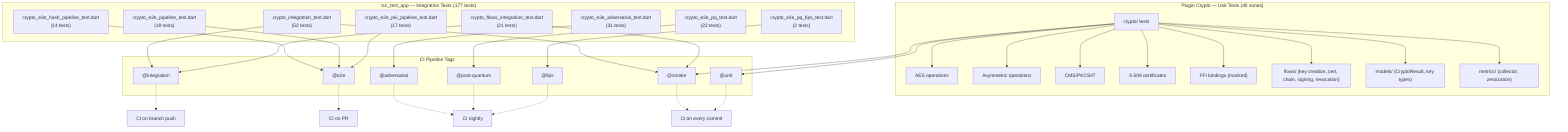
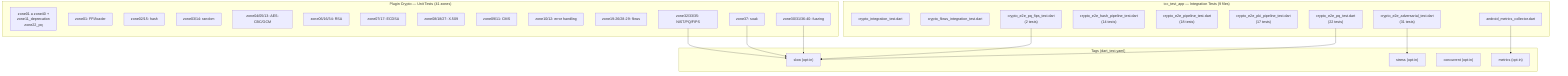
graph TD
-     subgraph "Plugin Crypto — Unit Tests (40 zones)"
-         UT_CRYPTO["crypto/ tests"]
-         UT_AES["AES operations"]
-         UT_ASYM["Asymmetric operations"]
-         UT_CMS["CMS/PKCS#7"]
-         UT_X509["X.509 certificates"]
-         UT_FFI["FFI bindings (mocked)"]
-         UT_FLOWS["flows/ (key creation, cert, chain, signing, revocation)"]
-         UT_MODELS["models/ (CryptoResult, key types)"]
-         UT_METRICS["metrics/ (collector, zeroization)"]
+     subgraph "Plugin Crypto — Unit Tests (41 zones)"
+         UT_ZONES["zone01 a zone40 +\nzone11_deprecation\nzone22_pq"]
+         UT_FFI["zone01: FFI/loader"]
+         UT_HASH["zone02/15: hash"]
+         UT_RANDOM["zone03/14: random"]
+         UT_AES["zone04/05/13: AES-CBC/GCM"]
+         UT_RSA["zone06/16/34: RSA"]
+         UT_ECDSA["zone07/17: ECDSA"]
+         UT_X509["zone08/18/27: X.509"]
+         UT_CMS["zone09/11: CMS"]
+         UT_ERROR["zone10/12: error handling"]
+         UT_FLOWS["zone19-26/28-29: flows"]
+         UT_FUZZING["zone30/31/36-40: fuzzing"]
+         UT_NIST_PQ["zone32/33/35: NIST/PQ/FIPS"]
+         UT_SOAK["zone37: soak"]
    end

-     subgraph "tcc_test_app — Integration Tests (177 tests)"
-         IT_MAIN["crypto_integration_test.dart\n(52 tests)"]
-         IT_FLOWS["crypto_flows_integration_test.dart\n(21 tests)"]
+     subgraph "tcc_test_app — Integration Tests (9 files)"
+         IT_MAIN["crypto_integration_test.dart"]
+         IT_FLOWS["crypto_flows_integration_test.dart"]
        IT_ADV["crypto_e2e_adversarial_test.dart\n(31 tests)"]
        IT_HASH["crypto_e2e_hash_pipeline_test.dart\n(14 tests)"]
        IT_PIPE["crypto_e2e_pipeline_test.dart\n(18 tests)"]
        IT_PKI["crypto_e2e_pki_pipeline_test.dart\n(17 tests)"]
        IT_PQ["crypto_e2e_pq_test.dart\n(22 tests)"]
        IT_PQ_FIPS["crypto_e2e_pq_fips_test.dart\n(2 tests)"]
+         IT_METRICS["android_metrics_collector.dart"]
    end

-     subgraph "CI Pipeline Tags"
-         TAG_SMOKE["@smoke"]
-         TAG_UNIT["@unit"]
-         TAG_INTEGRATION["@integration"]
-         TAG_E2E["@e2e"]
-         TAG_ADVERSARIAL["@adversarial"]
-         TAG_PQ["@post-quantum"]
-         TAG_FIPS["@fips"]
+     subgraph "Tags (dart_test.yaml)"
+         TAG_SLOW["slow (opt-in)"]
+         TAG_STRESS["stress (opt-in)"]
+         TAG_CONCURRENT["concurrent (opt-in)"]
+         TAG_METRICS["metrics (opt-in)"]
    end

-     UT_CRYPTO --> UT_AES
-     UT_CRYPTO --> UT_ASYM
-     UT_CRYPTO --> UT_CMS
-     UT_CRYPTO --> UT_X509
-     UT_CRYPTO --> UT_FFI
-     UT_CRYPTO --> UT_FLOWS
-     UT_CRYPTO --> UT_MODELS
-     UT_CRYPTO --> UT_METRICS
- 
-     IT_MAIN --> TAG_INTEGRATION
-     IT_FLOWS --> TAG_INTEGRATION
-     IT_ADV --> TAG_ADVERSARIAL
-     IT_HASH --> TAG_E2E
-     IT_PIPE --> TAG_E2E
-     IT_PKI --> TAG_E2E
-     IT_PQ --> TAG_PQ
-     IT_PQ_FIPS --> TAG_FIPS
- 
-     UT_CRYPTO --> TAG_UNIT
-     UT_CRYPTO --> TAG_SMOKE
-     IT_MAIN --> TAG_SMOKE
-     IT_FLOWS --> TAG_SMOKE
- 
-     TAG_SMOKE -.-> CI["CI on every commit"]
-     TAG_UNIT -.-> CI
-     TAG_INTEGRATION -.-> CI_PUSH["CI on branch push"]
-     TAG_E2E -.-> CI_PR["CI on PR"]
-     TAG_ADVERSARIAL -.-> CI_SCHEDULE["CI nightly"]
-     TAG_PQ -.-> CI_SCHEDULE
-     TAG_FIPS -.-> CI_SCHEDULE+     IT_ADV --> TAG_STRESS
+     IT_PQ --> TAG_SLOW
+     IT_PQ_FIPS --> TAG_SLOW
+     IT_METRICS --> TAG_METRICS
+     UT_FUZZING --> TAG_SLOW
+     UT_SOAK --> TAG_SLOW
+     UT_NIST_PQ --> TAG_SLOW
